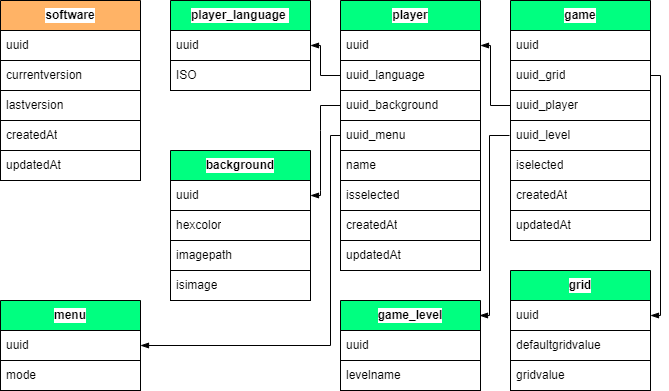
Lob2018/SudoFX2024 keeps this draw.io diagram as .myresources/design and modeling/merise/MPD.png. Above is the earlier version. Source tidied: cells renumbered, new cells last; positions are measured from the earlier drawing's top-left corner, leaving out a move shared by most shapes.
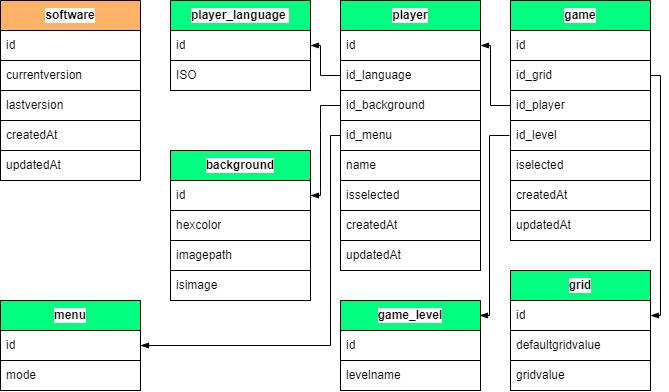
After the commit.

Diff of the diagram source:
```diff
@@ -5,7 +5,7 @@
     <mxCell id="2" value="player_language&amp;nbsp;" style="swimlane;fontStyle=1;horizontal=1;startSize=30;whiteSpace=wrap;html=1;swimlaneLine=1;fontColor=#000000;labelBorderColor=none;strokeColor=#000000;fillColor=#00FF80;swimlaneFillColor=none;gradientColor=none;labelBackgroundColor=#FFFFFF;" parent="1" vertex="1">
       <mxGeometry x="170" width="140" height="90" as="geometry" />
     </mxCell>
-    <mxCell id="3" value="uuid" style="text;strokeColor=#000000;fillColor=#FFFFFF;align=left;verticalAlign=middle;spacingLeft=4;spacingRight=4;overflow=hidden;points=[[0,0.5],[1,0.5]];portConstraint=eastwest;whiteSpace=wrap;html=1;fontColor=#000000;labelBorderColor=none;swimlaneFillColor=none;gradientColor=none;labelBackgroundColor=#FFFFFF;" parent="2" vertex="1">
+    <mxCell id="3" value="id" style="text;strokeColor=#000000;fillColor=#FFFFFF;align=left;verticalAlign=middle;spacingLeft=4;spacingRight=4;overflow=hidden;points=[[0,0.5],[1,0.5]];portConstraint=eastwest;whiteSpace=wrap;html=1;fontColor=#000000;labelBorderColor=none;swimlaneFillColor=none;gradientColor=none;labelBackgroundColor=#FFFFFF;" parent="2" vertex="1">
       <mxGeometry y="30" width="140" height="30" as="geometry" />
     </mxCell>
     <mxCell id="4" value="ISO" style="text;strokeColor=#000000;fillColor=#FFFFFF;align=left;verticalAlign=middle;spacingLeft=4;spacingRight=4;overflow=hidden;whiteSpace=wrap;html=1;fontColor=#000000;labelBorderColor=none;swimlaneFillColor=none;gradientColor=none;labelBackgroundColor=#FFFFFF;" parent="2" vertex="1">
@@ -14,16 +14,16 @@
     <mxCell id="5" value="player" style="swimlane;fontStyle=1;horizontal=1;startSize=30;whiteSpace=wrap;html=1;swimlaneLine=1;fontColor=#000000;labelBorderColor=none;strokeColor=#000000;fillColor=#00FF80;swimlaneFillColor=none;gradientColor=none;labelBackgroundColor=#FFFFFF;" parent="1" vertex="1">
       <mxGeometry x="340" width="140" height="270" as="geometry" />
     </mxCell>
-    <mxCell id="6" value="uuid" style="text;strokeColor=#000000;fillColor=#FFFFFF;align=left;verticalAlign=middle;spacingLeft=4;spacingRight=4;overflow=hidden;points=[[0,0.5],[1,0.5]];portConstraint=eastwest;whiteSpace=wrap;html=1;fontColor=#000000;labelBorderColor=none;swimlaneFillColor=none;gradientColor=none;labelBackgroundColor=#FFFFFF;" parent="5" vertex="1">
+    <mxCell id="6" value="id" style="text;strokeColor=#000000;fillColor=#FFFFFF;align=left;verticalAlign=middle;spacingLeft=4;spacingRight=4;overflow=hidden;points=[[0,0.5],[1,0.5]];portConstraint=eastwest;whiteSpace=wrap;html=1;fontColor=#000000;labelBorderColor=none;swimlaneFillColor=none;gradientColor=none;labelBackgroundColor=#FFFFFF;" parent="5" vertex="1">
       <mxGeometry y="30" width="140" height="30" as="geometry" />
     </mxCell>
-    <mxCell id="7" value="uuid_language" style="text;strokeColor=#000000;fillColor=#FFFFFF;align=left;verticalAlign=middle;spacingLeft=4;spacingRight=4;overflow=hidden;points=[[0,0.5],[1,0.5]];portConstraint=eastwest;whiteSpace=wrap;html=1;fontColor=#000000;labelBorderColor=none;swimlaneFillColor=none;gradientColor=none;labelBackgroundColor=#FFFFFF;" parent="5" vertex="1">
+    <mxCell id="7" value="id_language" style="text;strokeColor=#000000;fillColor=#FFFFFF;align=left;verticalAlign=middle;spacingLeft=4;spacingRight=4;overflow=hidden;points=[[0,0.5],[1,0.5]];portConstraint=eastwest;whiteSpace=wrap;html=1;fontColor=#000000;labelBorderColor=none;swimlaneFillColor=none;gradientColor=none;labelBackgroundColor=#FFFFFF;" parent="5" vertex="1">
       <mxGeometry y="60" width="140" height="30" as="geometry" />
     </mxCell>
-    <mxCell id="8" value="uuid_background" style="text;strokeColor=#000000;fillColor=#FFFFFF;align=left;verticalAlign=middle;spacingLeft=4;spacingRight=4;overflow=hidden;points=[[0,0.5],[1,0.5]];portConstraint=eastwest;whiteSpace=wrap;html=1;fontColor=#000000;labelBorderColor=none;swimlaneFillColor=none;gradientColor=none;labelBackgroundColor=#FFFFFF;" parent="5" vertex="1">
+    <mxCell id="8" value="id_background" style="text;strokeColor=#000000;fillColor=#FFFFFF;align=left;verticalAlign=middle;spacingLeft=4;spacingRight=4;overflow=hidden;points=[[0,0.5],[1,0.5]];portConstraint=eastwest;whiteSpace=wrap;html=1;fontColor=#000000;labelBorderColor=none;swimlaneFillColor=none;gradientColor=none;labelBackgroundColor=#FFFFFF;" parent="5" vertex="1">
       <mxGeometry y="90" width="140" height="30" as="geometry" />
     </mxCell>
-    <mxCell id="9" value="uuid_menu" style="text;strokeColor=#000000;fillColor=#FFFFFF;align=left;verticalAlign=middle;spacingLeft=4;spacingRight=4;overflow=hidden;points=[[0,0.5],[1,0.5]];portConstraint=eastwest;whiteSpace=wrap;html=1;fontColor=#000000;labelBorderColor=none;swimlaneFillColor=none;gradientColor=none;labelBackgroundColor=#FFFFFF;" parent="5" vertex="1">
+    <mxCell id="9" value="id_menu" style="text;strokeColor=#000000;fillColor=#FFFFFF;align=left;verticalAlign=middle;spacingLeft=4;spacingRight=4;overflow=hidden;points=[[0,0.5],[1,0.5]];portConstraint=eastwest;whiteSpace=wrap;html=1;fontColor=#000000;labelBorderColor=none;swimlaneFillColor=none;gradientColor=none;labelBackgroundColor=#FFFFFF;" parent="5" vertex="1">
       <mxGeometry y="120" width="140" height="30" as="geometry" />
     </mxCell>
     <mxCell id="10" value="name" style="text;strokeColor=#000000;fillColor=#FFFFFF;align=left;verticalAlign=middle;spacingLeft=4;spacingRight=4;overflow=hidden;whiteSpace=wrap;html=1;fontColor=#000000;labelBorderColor=none;swimlaneFillColor=none;gradientColor=none;labelBackgroundColor=#FFFFFF;" parent="5" vertex="1">
@@ -49,16 +49,16 @@
     <mxCell id="15" value="game" style="swimlane;fontStyle=1;horizontal=1;startSize=30;whiteSpace=wrap;html=1;swimlaneLine=1;fontColor=#000000;labelBorderColor=none;strokeColor=#000000;fillColor=#00FF80;swimlaneFillColor=none;gradientColor=none;labelBackgroundColor=#FFFFFF;" parent="1" vertex="1">
       <mxGeometry x="510" width="140" height="240" as="geometry" />
     </mxCell>
-    <mxCell id="16" value="uuid" style="text;strokeColor=#000000;fillColor=#FFFFFF;align=left;verticalAlign=middle;spacingLeft=4;spacingRight=4;overflow=hidden;whiteSpace=wrap;html=1;fontColor=#000000;labelBorderColor=none;swimlaneFillColor=none;gradientColor=none;labelBackgroundColor=#FFFFFF;" parent="15" vertex="1">
+    <mxCell id="16" value="id" style="text;strokeColor=#000000;fillColor=#FFFFFF;align=left;verticalAlign=middle;spacingLeft=4;spacingRight=4;overflow=hidden;whiteSpace=wrap;html=1;fontColor=#000000;labelBorderColor=none;swimlaneFillColor=none;gradientColor=none;labelBackgroundColor=#FFFFFF;" parent="15" vertex="1">
       <mxGeometry y="30" width="140" height="30" as="geometry" />
     </mxCell>
-    <mxCell id="17" value="uuid_grid" style="text;strokeColor=#000000;fillColor=#FFFFFF;align=left;verticalAlign=middle;spacingLeft=4;spacingRight=4;overflow=hidden;points=[[0,0.5],[1,0.5]];portConstraint=eastwest;whiteSpace=wrap;html=1;fontColor=#000000;labelBorderColor=none;swimlaneFillColor=none;gradientColor=none;labelBackgroundColor=#FFFFFF;" parent="15" vertex="1">
+    <mxCell id="17" value="id_grid" style="text;strokeColor=#000000;fillColor=#FFFFFF;align=left;verticalAlign=middle;spacingLeft=4;spacingRight=4;overflow=hidden;points=[[0,0.5],[1,0.5]];portConstraint=eastwest;whiteSpace=wrap;html=1;fontColor=#000000;labelBorderColor=none;swimlaneFillColor=none;gradientColor=none;labelBackgroundColor=#FFFFFF;" parent="15" vertex="1">
       <mxGeometry y="60" width="140" height="30" as="geometry" />
     </mxCell>
-    <mxCell id="18" value="uuid_player" style="text;strokeColor=#000000;fillColor=#FFFFFF;align=left;verticalAlign=middle;spacingLeft=4;spacingRight=4;overflow=hidden;points=[[0,0.5],[1,0.5]];portConstraint=eastwest;whiteSpace=wrap;html=1;fontColor=#000000;labelBorderColor=none;swimlaneFillColor=none;gradientColor=none;labelBackgroundColor=#FFFFFF;" parent="15" vertex="1">
+    <mxCell id="18" value="id_player" style="text;strokeColor=#000000;fillColor=#FFFFFF;align=left;verticalAlign=middle;spacingLeft=4;spacingRight=4;overflow=hidden;points=[[0,0.5],[1,0.5]];portConstraint=eastwest;whiteSpace=wrap;html=1;fontColor=#000000;labelBorderColor=none;swimlaneFillColor=none;gradientColor=none;labelBackgroundColor=#FFFFFF;" parent="15" vertex="1">
       <mxGeometry y="90" width="140" height="30" as="geometry" />
     </mxCell>
-    <mxCell id="19" value="uuid_level" style="text;strokeColor=#000000;fillColor=#FFFFFF;align=left;verticalAlign=middle;spacingLeft=4;spacingRight=4;overflow=hidden;whiteSpace=wrap;html=1;fontColor=#000000;labelBorderColor=none;swimlaneFillColor=none;gradientColor=none;labelBackgroundColor=#FFFFFF;" parent="15" vertex="1">
+    <mxCell id="19" value="id_level" style="text;strokeColor=#000000;fillColor=#FFFFFF;align=left;verticalAlign=middle;spacingLeft=4;spacingRight=4;overflow=hidden;whiteSpace=wrap;html=1;fontColor=#000000;labelBorderColor=none;swimlaneFillColor=none;gradientColor=none;labelBackgroundColor=#FFFFFF;" parent="15" vertex="1">
       <mxGeometry y="120" width="140" height="30" as="geometry" />
     </mxCell>
     <mxCell id="20" value="iselected" style="text;strokeColor=#000000;fillColor=#FFFFFF;align=left;verticalAlign=middle;spacingLeft=4;spacingRight=4;overflow=hidden;whiteSpace=wrap;html=1;fontColor=#000000;labelBorderColor=none;swimlaneFillColor=none;gradientColor=none;labelBackgroundColor=#FFFFFF;" parent="15" vertex="1">
@@ -73,7 +73,7 @@
     <mxCell id="23" value="grid" style="swimlane;fontStyle=1;horizontal=1;startSize=30;whiteSpace=wrap;html=1;swimlaneLine=1;fontColor=#000000;labelBorderColor=none;strokeColor=#000000;fillColor=#00FF80;swimlaneFillColor=none;gradientColor=none;labelBackgroundColor=#FFFFFF;" parent="1" vertex="1">
       <mxGeometry x="510" y="270" width="140" height="120" as="geometry" />
     </mxCell>
-    <mxCell id="24" value="uuid" style="text;strokeColor=#000000;fillColor=#FFFFFF;align=left;verticalAlign=middle;spacingLeft=4;spacingRight=4;overflow=hidden;points=[[0,0.5],[1,0.5]];portConstraint=eastwest;whiteSpace=wrap;html=1;fontColor=#000000;labelBorderColor=none;swimlaneFillColor=none;gradientColor=none;labelBackgroundColor=#FFFFFF;" parent="23" vertex="1">
+    <mxCell id="24" value="id" style="text;strokeColor=#000000;fillColor=#FFFFFF;align=left;verticalAlign=middle;spacingLeft=4;spacingRight=4;overflow=hidden;points=[[0,0.5],[1,0.5]];portConstraint=eastwest;whiteSpace=wrap;html=1;fontColor=#000000;labelBorderColor=none;swimlaneFillColor=none;gradientColor=none;labelBackgroundColor=#FFFFFF;" parent="23" vertex="1">
       <mxGeometry y="30" width="140" height="30" as="geometry" />
     </mxCell>
     <mxCell id="25" value="defaultgridvalue" style="text;strokeColor=#000000;fillColor=#FFFFFF;align=left;verticalAlign=middle;spacingLeft=4;spacingRight=4;overflow=hidden;whiteSpace=wrap;html=1;fontColor=#000000;labelBorderColor=none;swimlaneFillColor=none;gradientColor=none;labelBackgroundColor=#FFFFFF;" parent="23" vertex="1">
@@ -85,7 +85,7 @@
     <mxCell id="27" value="background" style="swimlane;fontStyle=1;horizontal=1;startSize=30;whiteSpace=wrap;html=1;swimlaneLine=1;fontColor=#000000;labelBorderColor=none;strokeColor=#000000;fillColor=#00FF80;swimlaneFillColor=none;gradientColor=none;labelBackgroundColor=#FFFFFF;" parent="1" vertex="1">
       <mxGeometry x="170" y="150" width="140" height="150" as="geometry" />
     </mxCell>
-    <mxCell id="28" value="uuid" style="text;strokeColor=#000000;fillColor=#FFFFFF;align=left;verticalAlign=middle;spacingLeft=4;spacingRight=4;overflow=hidden;points=[[0,0.5],[1,0.5]];portConstraint=eastwest;whiteSpace=wrap;html=1;fontColor=#000000;labelBorderColor=none;swimlaneFillColor=none;gradientColor=none;labelBackgroundColor=#FFFFFF;" parent="27" vertex="1">
+    <mxCell id="28" value="id" style="text;strokeColor=#000000;fillColor=#FFFFFF;align=left;verticalAlign=middle;spacingLeft=4;spacingRight=4;overflow=hidden;points=[[0,0.5],[1,0.5]];portConstraint=eastwest;whiteSpace=wrap;html=1;fontColor=#000000;labelBorderColor=none;swimlaneFillColor=none;gradientColor=none;labelBackgroundColor=#FFFFFF;" parent="27" vertex="1">
       <mxGeometry y="30" width="140" height="30" as="geometry" />
     </mxCell>
     <mxCell id="29" value="hexcolor" style="text;strokeColor=#000000;fillColor=#FFFFFF;align=left;verticalAlign=middle;spacingLeft=4;spacingRight=4;overflow=hidden;whiteSpace=wrap;html=1;fontColor=#000000;labelBorderColor=none;swimlaneFillColor=none;gradientColor=none;labelBackgroundColor=#FFFFFF;" parent="27" vertex="1">
@@ -126,7 +126,7 @@
     <mxCell id="35" value="software" style="swimlane;fontStyle=1;horizontal=1;startSize=30;whiteSpace=wrap;html=1;swimlaneLine=1;fontColor=#000000;labelBorderColor=none;strokeColor=#000000;fillColor=#FFB366;swimlaneFillColor=none;gradientColor=none;labelBackgroundColor=#FFFFFF;" parent="1" vertex="1">
       <mxGeometry width="140" height="180" as="geometry" />
     </mxCell>
-    <mxCell id="36" value="uuid" style="text;strokeColor=#000000;fillColor=#FFFFFF;align=left;verticalAlign=middle;spacingLeft=4;spacingRight=4;overflow=hidden;whiteSpace=wrap;html=1;fontColor=#000000;labelBorderColor=none;swimlaneFillColor=none;gradientColor=none;labelBackgroundColor=#FFFFFF;" parent="35" vertex="1">
+    <mxCell id="36" value="id" style="text;strokeColor=#000000;fillColor=#FFFFFF;align=left;verticalAlign=middle;spacingLeft=4;spacingRight=4;overflow=hidden;whiteSpace=wrap;html=1;fontColor=#000000;labelBorderColor=none;swimlaneFillColor=none;gradientColor=none;labelBackgroundColor=#FFFFFF;" parent="35" vertex="1">
       <mxGeometry y="30" width="140" height="30" as="geometry" />
     </mxCell>
     <mxCell id="37" value="currentversion" style="text;strokeColor=#000000;fillColor=#FFFFFF;align=left;verticalAlign=middle;spacingLeft=4;spacingRight=4;overflow=hidden;whiteSpace=wrap;html=1;fontColor=#000000;labelBorderColor=none;swimlaneFillColor=none;gradientColor=none;labelBackgroundColor=#FFFFFF;" parent="35" vertex="1">
@@ -144,7 +144,7 @@
     <mxCell id="41" value="game_level" style="swimlane;fontStyle=1;horizontal=1;startSize=30;whiteSpace=wrap;html=1;swimlaneLine=1;fontColor=#000000;labelBorderColor=none;strokeColor=#000000;fillColor=#00FF80;swimlaneFillColor=none;gradientColor=none;labelBackgroundColor=#FFFFFF;" parent="1" vertex="1">
       <mxGeometry x="340" y="300" width="140" height="90" as="geometry" />
     </mxCell>
-    <mxCell id="42" value="uuid" style="text;strokeColor=#000000;fillColor=#FFFFFF;align=left;verticalAlign=middle;spacingLeft=4;spacingRight=4;overflow=hidden;whiteSpace=wrap;html=1;fontColor=#000000;labelBorderColor=none;swimlaneFillColor=none;gradientColor=none;labelBackgroundColor=#FFFFFF;" parent="41" vertex="1">
+    <mxCell id="42" value="id" style="text;strokeColor=#000000;fillColor=#FFFFFF;align=left;verticalAlign=middle;spacingLeft=4;spacingRight=4;overflow=hidden;whiteSpace=wrap;html=1;fontColor=#000000;labelBorderColor=none;swimlaneFillColor=none;gradientColor=none;labelBackgroundColor=#FFFFFF;" parent="41" vertex="1">
       <mxGeometry y="30" width="140" height="30" as="geometry" />
     </mxCell>
     <mxCell id="43" value="levelname" style="text;strokeColor=#000000;fillColor=#FFFFFF;align=left;verticalAlign=middle;spacingLeft=4;spacingRight=4;overflow=hidden;whiteSpace=wrap;html=1;fontColor=#000000;labelBorderColor=none;swimlaneFillColor=none;gradientColor=none;labelBackgroundColor=#FFFFFF;" parent="41" vertex="1">
@@ -163,7 +163,7 @@
     <mxCell id="45" value="menu" style="swimlane;fontStyle=1;horizontal=1;startSize=30;whiteSpace=wrap;html=1;swimlaneLine=1;fontColor=#000000;labelBorderColor=none;strokeColor=#000000;fillColor=#00FF80;swimlaneFillColor=none;gradientColor=none;labelBackgroundColor=#FFFFFF;" parent="1" vertex="1">
       <mxGeometry y="300" width="140" height="90" as="geometry" />
     </mxCell>
-    <mxCell id="46" value="uuid" style="text;strokeColor=#000000;fillColor=#FFFFFF;align=left;verticalAlign=middle;spacingLeft=4;spacingRight=4;overflow=hidden;points=[[0,0.5],[1,0.5]];portConstraint=eastwest;whiteSpace=wrap;html=1;fontColor=#000000;labelBorderColor=none;swimlaneFillColor=none;gradientColor=none;labelBackgroundColor=#FFFFFF;" parent="45" vertex="1">
+    <mxCell id="46" value="id" style="text;strokeColor=#000000;fillColor=#FFFFFF;align=left;verticalAlign=middle;spacingLeft=4;spacingRight=4;overflow=hidden;points=[[0,0.5],[1,0.5]];portConstraint=eastwest;whiteSpace=wrap;html=1;fontColor=#000000;labelBorderColor=none;swimlaneFillColor=none;gradientColor=none;labelBackgroundColor=#FFFFFF;" parent="45" vertex="1">
       <mxGeometry y="30" width="140" height="30" as="geometry" />
     </mxCell>
     <mxCell id="47" value="mode" style="text;strokeColor=#000000;fillColor=#FFFFFF;align=left;verticalAlign=middle;spacingLeft=4;spacingRight=4;overflow=hidden;whiteSpace=wrap;html=1;fontColor=#000000;labelBorderColor=none;swimlaneFillColor=none;gradientColor=none;labelBackgroundColor=#FFFFFF;" parent="45" vertex="1">
```
